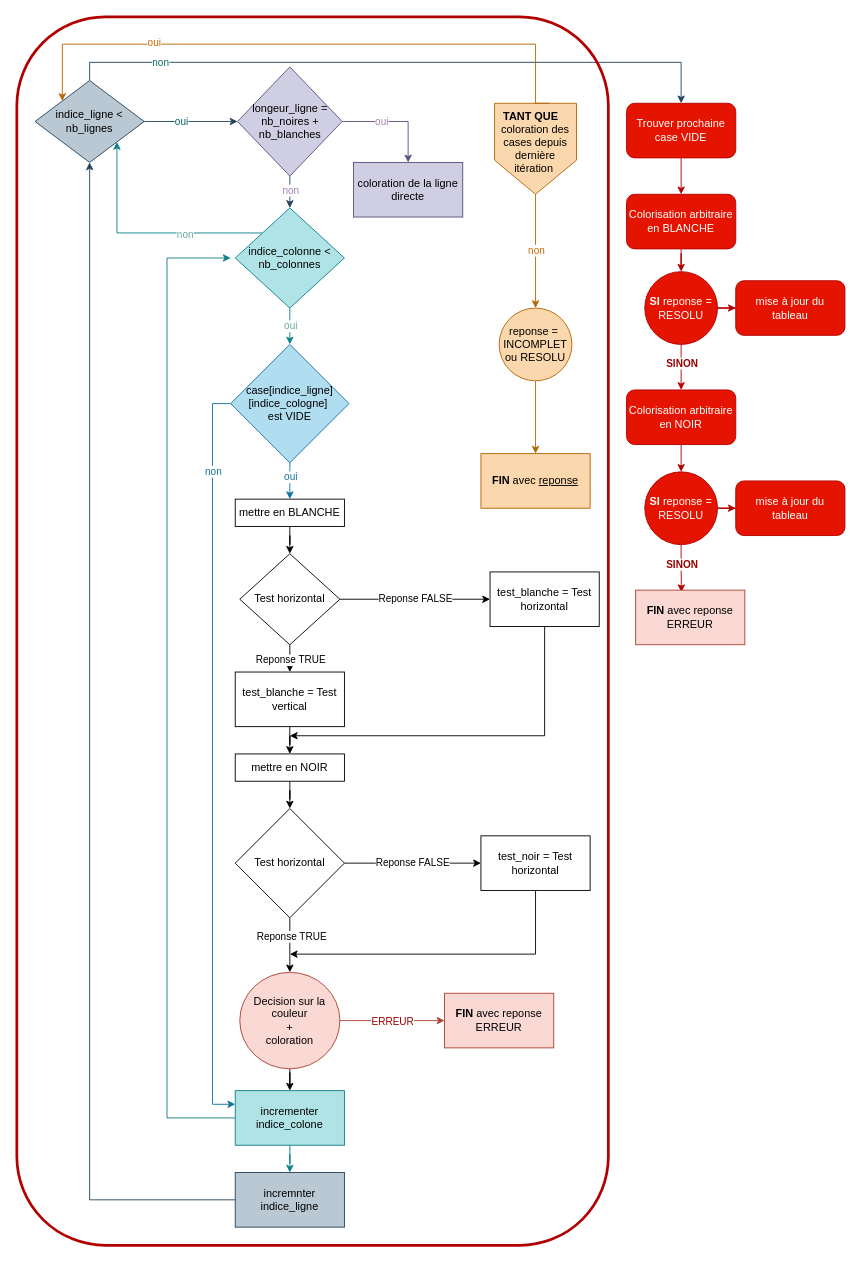
Earlier version of the draw.io diagram Program Complet.drawio (vskarleas/ROB3-S6-Nonogram). Source tidied: cells renumbered, new cells numbered last; positions are measured from the earlier drawing's top-left corner, leaving out a move shared by most shapes. Both pictures are drawn from the tidied source at 91%, with x=0, y=0 at pixel (16, 16).
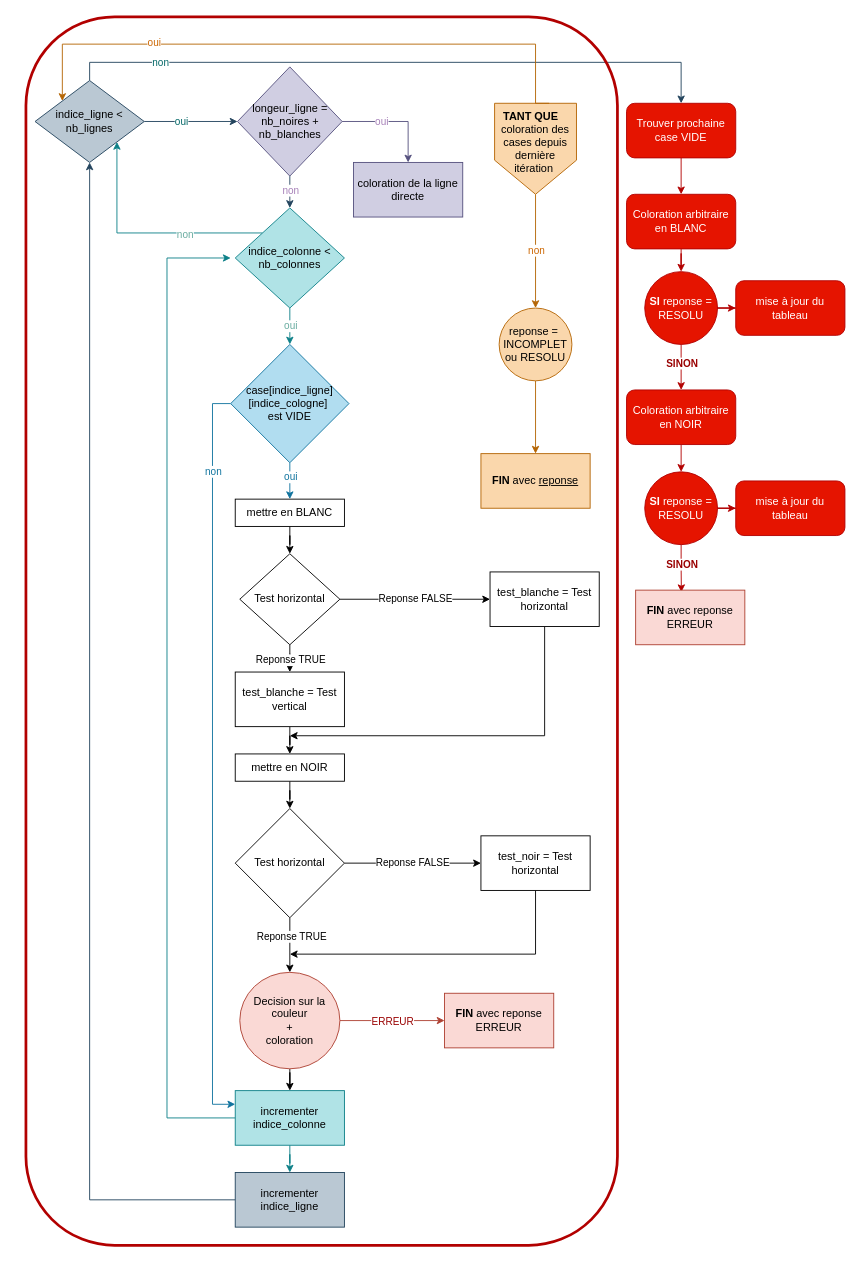
The same page after the edit.

Diff of the diagram source:
```diff
@@
-    <mxCell id="24" value="mettre en BLANCHE" style="whiteSpace=wrap;html=1;" parent="1" vertex="1">
+    <mxCell id="24" value="mettre en BLANC" style="whiteSpace=wrap;html=1;" parent="1" vertex="1">
       <mxGeometry x="240" y="530" width="120" height="30" as="geometry" />
     </mxCell>
@@
-    <mxCell id="48" value="incrementer indice_colone" style="whiteSpace=wrap;html=1;fillColor=#b0e3e6;strokeColor=#0e8088;" parent="1" vertex="1">
+    <mxCell id="48" value="incrementer indice_colonne" style="whiteSpace=wrap;html=1;fillColor=#b0e3e6;strokeColor=#0e8088;" parent="1" vertex="1">
       <mxGeometry x="240" y="1180" width="120" height="60" as="geometry" />
     </mxCell>
@@
-    <mxCell id="50" value="incremnter indice_ligne" style="whiteSpace=wrap;html=1;fillColor=#bac8d3;strokeColor=#23445d;" parent="1" vertex="1">
+    <mxCell id="50" value="incrementer indice_ligne" style="whiteSpace=wrap;html=1;fillColor=#bac8d3;strokeColor=#23445d;" parent="1" vertex="1">
       <mxGeometry x="240" y="1270" width="120" height="60" as="geometry" />
     </mxCell>
@@
-    <mxCell id="63" value="Colorisation arbitraire en BLANCHE" style="whiteSpace=wrap;html=1;fillColor=#e51400;strokeColor=#B20000;fontColor=#ffffff;rounded=1;" parent="1" vertex="1">
+    <mxCell id="63" value="Coloration arbitraire en BLANC" style="whiteSpace=wrap;html=1;fillColor=#e51400;strokeColor=#B20000;fontColor=#ffffff;rounded=1;" parent="1" vertex="1">
       <mxGeometry x="670" y="195" width="120" height="60" as="geometry" />
     </mxCell>
     <mxCell id="64" style="rounded=1;whiteSpace=wrap;html=1;fillColor=none;fillStyle=auto;fontColor=#ffffff;strokeColor=#B20000;strokeWidth=3;" parent="1" vertex="1">
-      <mxGeometry width="650" height="1350" as="geometry" />
+      <mxGeometry x="10" width="650" height="1350" as="geometry" />
     </mxCell>
@@
-    <mxCell id="71" value="Colorisation arbitraire en NOIR" style="whiteSpace=wrap;html=1;fillColor=#e51400;strokeColor=#B20000;fontColor=#ffffff;rounded=1;" parent="1" vertex="1">
+    <mxCell id="71" value="Coloration arbitraire en NOIR" style="whiteSpace=wrap;html=1;fillColor=#e51400;strokeColor=#B20000;fontColor=#ffffff;rounded=1;" parent="1" vertex="1">
       <mxGeometry x="670" y="410" width="120" height="60" as="geometry" />
     </mxCell>
```
